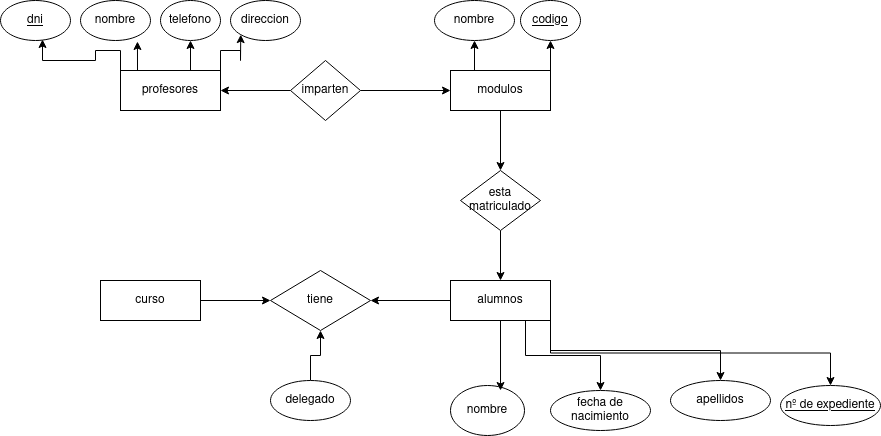
Earlier version of the draw.io export Unidad-1/Tareas/Tarea-5/Tarea-5.drawio.png (CRhernandez1/base-datos). Source tidied: cells renumbered, new cells last; positions are measured from the earlier drawing's top-left corner, leaving out a move shared by most shapes.
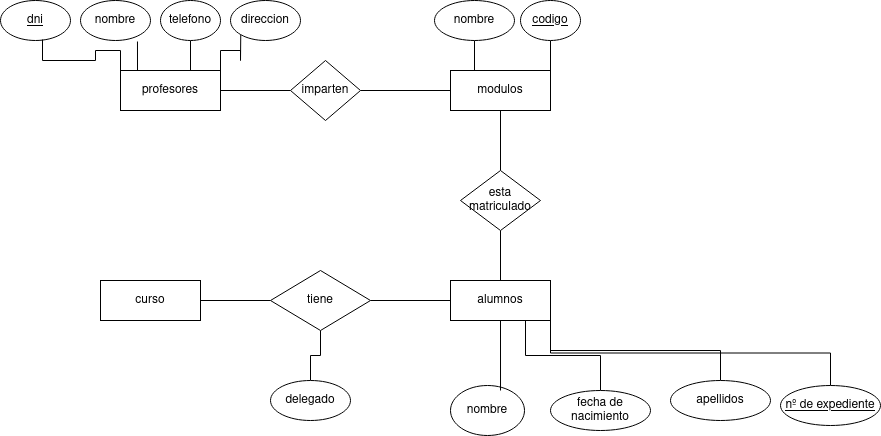
The same diagram one commit later.

Change to the diagram source:
```diff
@@ -2,64 +2,64 @@
   <root>
     <mxCell id="0" />
     <mxCell id="1" parent="0" />
-    <mxCell id="2" style="edgeStyle=orthogonalEdgeStyle;rounded=0;jettySize=auto;html=1;exitX=0;exitY=0.5;exitDx=0;exitDy=0;entryX=1;entryY=0.5;entryDx=0;entryDy=0;" parent="1" edge="1" source="6" target="23">
+    <mxCell id="2" style="edgeStyle=orthogonalEdgeStyle;rounded=0;jettySize=auto;html=1;exitX=0;exitY=0.5;exitDx=0;exitDy=0;entryX=1;entryY=0.5;entryDx=0;entryDy=0;endArrow=none;endFill=0;" parent="1" edge="1" source="6" target="23">
       <mxGeometry relative="1" as="geometry" />
     </mxCell>
-    <mxCell id="3" style="edgeStyle=orthogonalEdgeStyle;rounded=0;jettySize=auto;html=1;exitX=0.75;exitY=1;exitDx=0;exitDy=0;entryX=0.5;entryY=0;entryDx=0;entryDy=0;" parent="1" edge="1" source="6" target="33">
+    <mxCell id="3" style="edgeStyle=orthogonalEdgeStyle;rounded=0;jettySize=auto;html=1;exitX=0.75;exitY=1;exitDx=0;exitDy=0;entryX=0.5;entryY=0;entryDx=0;entryDy=0;endArrow=none;endFill=0;" parent="1" edge="1" source="6" target="33">
       <mxGeometry relative="1" as="geometry" />
     </mxCell>
-    <mxCell id="4" style="edgeStyle=orthogonalEdgeStyle;rounded=0;jettySize=auto;html=1;exitX=1;exitY=1;exitDx=0;exitDy=0;entryX=0.5;entryY=0;entryDx=0;entryDy=0;" parent="1" edge="1" source="6" target="34">
+    <mxCell id="4" style="edgeStyle=orthogonalEdgeStyle;rounded=0;jettySize=auto;html=1;exitX=1;exitY=1;exitDx=0;exitDy=0;entryX=0.5;entryY=0;entryDx=0;entryDy=0;endArrow=none;endFill=0;" parent="1" edge="1" source="6" target="34">
       <mxGeometry relative="1" as="geometry" />
     </mxCell>
-    <mxCell id="5" style="edgeStyle=orthogonalEdgeStyle;rounded=0;jettySize=auto;html=1;exitX=1;exitY=1;exitDx=0;exitDy=0;entryX=0.5;entryY=0;entryDx=0;entryDy=0;" parent="1" edge="1" source="6" target="32">
+    <mxCell id="5" style="edgeStyle=orthogonalEdgeStyle;rounded=0;jettySize=auto;html=1;exitX=1;exitY=1;exitDx=0;exitDy=0;entryX=0.5;entryY=0;entryDx=0;entryDy=0;endArrow=none;endFill=0;" parent="1" edge="1" source="6" target="32">
       <mxGeometry relative="1" as="geometry" />
     </mxCell>
     <mxCell id="6" value="alumnos" style="whiteSpace=wrap;html=1;align=center;" parent="1" vertex="1">
       <mxGeometry x="450" y="280" width="100" height="40" as="geometry" />
     </mxCell>
-    <mxCell id="7" style="edgeStyle=orthogonalEdgeStyle;rounded=0;jettySize=auto;html=1;exitX=1;exitY=0.5;exitDx=0;exitDy=0;entryX=0;entryY=0.5;entryDx=0;entryDy=0;" parent="1" edge="1" source="8" target="23">
+    <mxCell id="7" style="edgeStyle=orthogonalEdgeStyle;rounded=0;jettySize=auto;html=1;exitX=1;exitY=0.5;exitDx=0;exitDy=0;entryX=0;entryY=0.5;entryDx=0;entryDy=0;endArrow=none;endFill=0;" parent="1" edge="1" source="8" target="23">
       <mxGeometry relative="1" as="geometry" />
     </mxCell>
     <mxCell id="8" value="curso" style="whiteSpace=wrap;html=1;align=center;" parent="1" vertex="1">
       <mxGeometry x="100" y="280" width="100" height="40" as="geometry" />
     </mxCell>
-    <mxCell id="9" style="edgeStyle=orthogonalEdgeStyle;rounded=0;jettySize=auto;html=1;exitX=0.5;exitY=1;exitDx=0;exitDy=0;entryX=0.5;entryY=0;entryDx=0;entryDy=0;" parent="1" edge="1" source="12" target="22">
+    <mxCell id="9" style="edgeStyle=orthogonalEdgeStyle;rounded=0;jettySize=auto;html=1;exitX=0.5;exitY=1;exitDx=0;exitDy=0;entryX=0.5;entryY=0;entryDx=0;entryDy=0;endArrow=none;endFill=0;" parent="1" edge="1" source="12" target="22">
       <mxGeometry relative="1" as="geometry" />
     </mxCell>
-    <mxCell id="10" style="edgeStyle=orthogonalEdgeStyle;rounded=0;jettySize=auto;html=1;exitX=0.25;exitY=0;exitDx=0;exitDy=0;entryX=0.5;entryY=1;entryDx=0;entryDy=0;" parent="1" edge="1" source="12" target="31">
+    <mxCell id="10" style="edgeStyle=orthogonalEdgeStyle;rounded=0;jettySize=auto;html=1;exitX=0.25;exitY=0;exitDx=0;exitDy=0;entryX=0.5;entryY=1;entryDx=0;entryDy=0;endArrow=none;endFill=0;" parent="1" edge="1" source="12" target="31">
       <mxGeometry relative="1" as="geometry" />
     </mxCell>
-    <mxCell id="11" style="edgeStyle=orthogonalEdgeStyle;rounded=0;jettySize=auto;html=1;exitX=0.75;exitY=0;exitDx=0;exitDy=0;entryX=0.5;entryY=1;entryDx=0;entryDy=0;" parent="1" edge="1" source="12" target="30">
+    <mxCell id="11" style="edgeStyle=orthogonalEdgeStyle;rounded=0;jettySize=auto;html=1;exitX=0.75;exitY=0;exitDx=0;exitDy=0;entryX=0.5;entryY=1;entryDx=0;entryDy=0;endArrow=none;endFill=0;" parent="1" edge="1" source="12" target="30">
       <mxGeometry relative="1" as="geometry" />
     </mxCell>
     <mxCell id="12" value="modulos" style="whiteSpace=wrap;html=1;align=center;" parent="1" vertex="1">
       <mxGeometry x="450" y="70" width="100" height="40" as="geometry" />
     </mxCell>
-    <mxCell id="13" style="edgeStyle=orthogonalEdgeStyle;rounded=0;jettySize=auto;html=1;exitX=0.75;exitY=0;exitDx=0;exitDy=0;entryX=0.5;entryY=1;entryDx=0;entryDy=0;" parent="1" edge="1" source="15" target="26">
+    <mxCell id="13" style="edgeStyle=orthogonalEdgeStyle;rounded=0;jettySize=auto;html=1;exitX=0.75;exitY=0;exitDx=0;exitDy=0;entryX=0.5;entryY=1;entryDx=0;entryDy=0;endArrow=none;endFill=0;" parent="1" edge="1" source="15" target="26">
       <mxGeometry relative="1" as="geometry" />
     </mxCell>
-    <mxCell id="14" style="edgeStyle=orthogonalEdgeStyle;rounded=0;jettySize=auto;html=1;exitX=1;exitY=0;exitDx=0;exitDy=0;entryX=0;entryY=1;entryDx=0;entryDy=0;" parent="1" edge="1" source="15" target="24">
+    <mxCell id="14" style="edgeStyle=orthogonalEdgeStyle;rounded=0;jettySize=auto;html=1;exitX=1;exitY=0;exitDx=0;exitDy=0;entryX=0;entryY=1;entryDx=0;entryDy=0;endArrow=none;endFill=0;" parent="1" edge="1" source="15" target="24">
       <mxGeometry relative="1" as="geometry" />
     </mxCell>
     <mxCell id="15" value="profesores" style="whiteSpace=wrap;html=1;align=center;" parent="1" vertex="1">
       <mxGeometry x="120" y="70" width="100" height="40" as="geometry" />
     </mxCell>
-    <mxCell id="16" style="edgeStyle=orthogonalEdgeStyle;rounded=0;jettySize=auto;html=1;exitX=0;exitY=0.5;exitDx=0;exitDy=0;entryX=1;entryY=0.5;entryDx=0;entryDy=0;" parent="1" edge="1" source="18" target="15">
+    <mxCell id="16" style="edgeStyle=orthogonalEdgeStyle;rounded=0;jettySize=auto;html=1;exitX=0;exitY=0.5;exitDx=0;exitDy=0;entryX=1;entryY=0.5;entryDx=0;entryDy=0;endArrow=none;endFill=0;" parent="1" edge="1" source="18" target="15">
       <mxGeometry relative="1" as="geometry" />
     </mxCell>
-    <mxCell id="17" style="edgeStyle=orthogonalEdgeStyle;rounded=0;jettySize=auto;html=1;exitX=1;exitY=0.5;exitDx=0;exitDy=0;entryX=0;entryY=0.5;entryDx=0;entryDy=0;" parent="1" edge="1" source="18" target="12">
+    <mxCell id="17" style="edgeStyle=orthogonalEdgeStyle;rounded=0;jettySize=auto;html=1;exitX=1;exitY=0.5;exitDx=0;exitDy=0;entryX=0;entryY=0.5;entryDx=0;entryDy=0;endArrow=none;endFill=0;" parent="1" edge="1" source="18" target="12">
       <mxGeometry relative="1" as="geometry" />
     </mxCell>
     <mxCell id="18" value="imparten" style="shape=rhombus;perimeter=rhombusPerimeter;whiteSpace=wrap;html=1;align=center;" parent="1" vertex="1">
       <mxGeometry x="290" y="60" width="70" height="60" as="geometry" />
     </mxCell>
-    <mxCell id="19" style="edgeStyle=orthogonalEdgeStyle;rounded=0;jettySize=auto;html=1;exitX=0.5;exitY=0;exitDx=0;exitDy=0;entryX=0.5;entryY=1;entryDx=0;entryDy=0;" parent="1" edge="1" source="20" target="23">
+    <mxCell id="19" style="edgeStyle=orthogonalEdgeStyle;rounded=0;jettySize=auto;html=1;exitX=0.5;exitY=0;exitDx=0;exitDy=0;entryX=0.5;entryY=1;entryDx=0;entryDy=0;endArrow=none;endFill=0;" parent="1" edge="1" source="20" target="23">
       <mxGeometry relative="1" as="geometry" />
     </mxCell>
     <mxCell id="20" value="delegado" style="ellipse;whiteSpace=wrap;html=1;align=center;" parent="1" vertex="1">
       <mxGeometry x="270" y="380" width="80" height="40" as="geometry" />
     </mxCell>
-    <mxCell id="21" style="edgeStyle=orthogonalEdgeStyle;rounded=0;jettySize=auto;html=1;exitX=0.5;exitY=1;exitDx=0;exitDy=0;entryX=0.5;entryY=0;entryDx=0;entryDy=0;" parent="1" edge="1" source="22" target="6">
+    <mxCell id="21" style="edgeStyle=orthogonalEdgeStyle;rounded=0;jettySize=auto;html=1;exitX=0.5;exitY=1;exitDx=0;exitDy=0;entryX=0.5;entryY=0;entryDx=0;entryDy=0;endArrow=none;endFill=0;" parent="1" edge="1" source="22" target="6">
       <mxGeometry relative="1" as="geometry" />
     </mxCell>
     <mxCell id="22" value="esta matriculado" style="shape=rhombus;perimeter=rhombusPerimeter;whiteSpace=wrap;html=1;align=center;" parent="1" vertex="1">
@@ -80,10 +80,10 @@
     <mxCell id="27" value="dni" style="ellipse;whiteSpace=wrap;html=1;align=center;fontStyle=4;" parent="1" vertex="1">
       <mxGeometry width="70" height="40" as="geometry" />
     </mxCell>
-    <mxCell id="28" style="edgeStyle=orthogonalEdgeStyle;rounded=0;jettySize=auto;html=1;exitX=0;exitY=0;exitDx=0;exitDy=0;entryX=0.6;entryY=0.975;entryDx=0;entryDy=0;entryPerimeter=0;" parent="1" edge="1" source="15" target="27">
+    <mxCell id="28" style="edgeStyle=orthogonalEdgeStyle;rounded=0;jettySize=auto;html=1;exitX=0;exitY=0;exitDx=0;exitDy=0;entryX=0.6;entryY=0.975;entryDx=0;entryDy=0;entryPerimeter=0;endArrow=none;endFill=0;" parent="1" edge="1" source="15" target="27">
       <mxGeometry relative="1" as="geometry" />
     </mxCell>
-    <mxCell id="29" style="edgeStyle=orthogonalEdgeStyle;rounded=0;jettySize=auto;html=1;exitX=0.25;exitY=0;exitDx=0;exitDy=0;entryX=0.814;entryY=1.025;entryDx=0;entryDy=0;entryPerimeter=0;" parent="1" edge="1" source="15" target="25">
+    <mxCell id="29" style="edgeStyle=orthogonalEdgeStyle;rounded=0;jettySize=auto;html=1;exitX=0.25;exitY=0;exitDx=0;exitDy=0;entryX=0.814;entryY=1.025;entryDx=0;entryDy=0;entryPerimeter=0;endArrow=none;endFill=0;" parent="1" edge="1" source="15" target="25">
       <mxGeometry relative="1" as="geometry" />
     </mxCell>
     <mxCell id="30" value="codigo" style="ellipse;whiteSpace=wrap;html=1;align=center;fontStyle=4;" parent="1" vertex="1">
@@ -104,7 +104,7 @@
     <mxCell id="35" value="nombre" style="ellipse;whiteSpace=wrap;html=1;align=center;" parent="1" vertex="1">
       <mxGeometry x="450" y="385" width="74" height="50" as="geometry" />
     </mxCell>
-    <mxCell id="36" style="edgeStyle=orthogonalEdgeStyle;rounded=0;jettySize=auto;html=1;exitX=0.5;exitY=1;exitDx=0;exitDy=0;entryX=0.676;entryY=0.1;entryDx=0;entryDy=0;entryPerimeter=0;" parent="1" edge="1" source="6" target="35">
+    <mxCell id="36" style="edgeStyle=orthogonalEdgeStyle;rounded=0;jettySize=auto;html=1;exitX=0.5;exitY=1;exitDx=0;exitDy=0;entryX=0.676;entryY=0.1;entryDx=0;entryDy=0;entryPerimeter=0;endArrow=none;endFill=0;" parent="1" edge="1" source="6" target="35">
       <mxGeometry relative="1" as="geometry" />
     </mxCell>
   </root>
```
